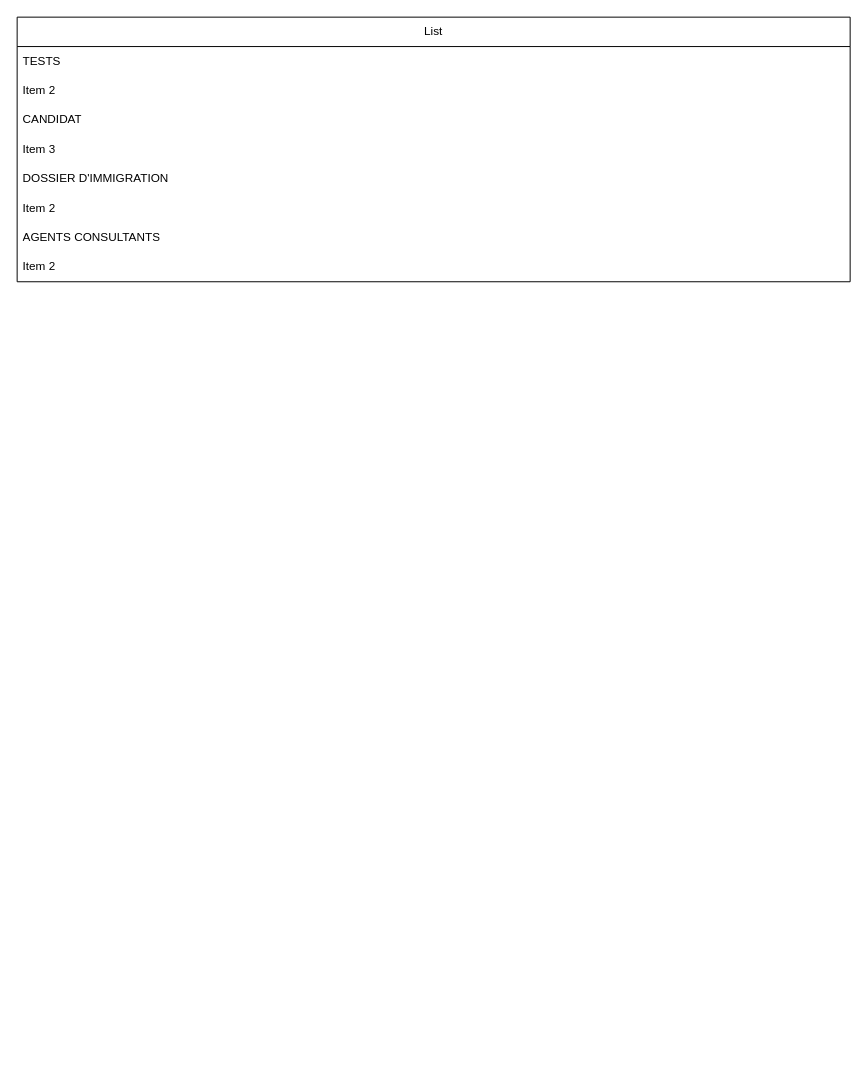
Before: page "Modèle relationnel" (2 of 2) of Mi-session/test26FevDATA1029XavierViel.drawio in ProfX1/2094329_DATA1029, a draw.io diagram. Source tidied: cells renumbered, new cells numbered last; positions are measured from the earlier drawing's top-left corner, leaving out a move shared by most shapes. Both pictures are drawn from the tidied source at 98%, with x=0, y=0 at pixel (17, 17).
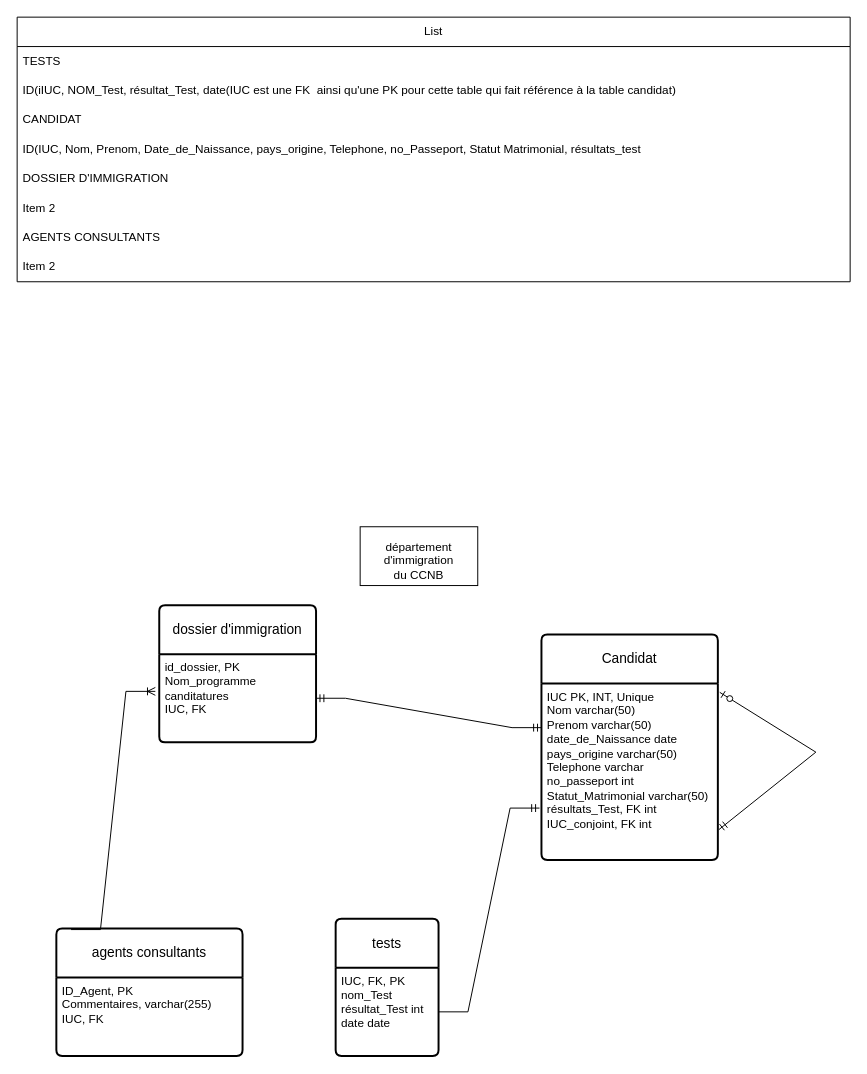
The same page after the edit.

The change refers to these unchanged cells:
```xml
<mxCell id="2" value="List" style="swimlane;fontStyle=0;horizontal=1;startSize=30;whiteSpace=wrap;html=1;" parent="1" vertex="1">
  <mxGeometry width="850" height="270" as="geometry" />
</mxCell>
```

Diff of the diagram source:
```diff
@@
-    <mxCell id="4" value="Item 2" style="text;strokeColor=none;fillColor=none;align=left;verticalAlign=middle;spacingLeft=4;spacingRight=4;overflow=hidden;whiteSpace=wrap;html=1;" parent="2" vertex="1">
+    <mxCell id="4" value="ID(iIUC, NOM_Test, résultat_Test, date(IUC est une FK&amp;nbsp; ainsi qu'une PK pour cette table qui fait référence à la table candidat)" style="text;strokeColor=none;fillColor=none;align=left;verticalAlign=middle;spacingLeft=4;spacingRight=4;overflow=hidden;whiteSpace=wrap;html=1;" parent="2" vertex="1">
       <mxGeometry y="60" width="850" height="30" as="geometry" />
     </mxCell>
@@
-    <mxCell id="6" value="Item 3" style="text;strokeColor=none;fillColor=none;align=left;verticalAlign=middle;spacingLeft=4;spacingRight=4;overflow=hidden;whiteSpace=wrap;html=1;" parent="2" vertex="1">
+    <mxCell id="6" value="ID(IUC, Nom, Prenom, Date_de_Naissance, pays_origine, Telephone, no_Passeport, Statut Matrimonial, résultats_test" style="text;strokeColor=none;fillColor=none;align=left;verticalAlign=middle;spacingLeft=4;spacingRight=4;overflow=hidden;whiteSpace=wrap;html=1;" parent="2" vertex="1">
       <mxGeometry y="120" width="850" height="30" as="geometry" />
     </mxCell>
@@
+    <mxCell id="11" style="rounded=0;whiteSpace=wrap;html=1;" parent="1" vertex="1">
+      <mxGeometry x="350" y="520" width="120" height="60" as="geometry" />
+    </mxCell>
+    <mxCell id="12" value="département d'immigration du CCNB" style="text;html=1;align=center;verticalAlign=middle;whiteSpace=wrap;rounded=0;" parent="1" vertex="1">
+      <mxGeometry x="380" y="540" width="60" height="30" as="geometry" />
+    </mxCell>
+    <mxCell id="13" value="Candidat" style="swimlane;horizontal=1;startSize=50;rounded=1;fontSize=14;fontStyle=0;strokeWidth=2;shadow=0;dashed=0;align=center;arcSize=4;whiteSpace=wrap;html=1;" parent="1" vertex="1">
+      <mxGeometry x="535" y="630" width="180" height="230" as="geometry" />
+    </mxCell>
+    <mxCell id="14" value="IUC PK, INT, Unique&lt;br&gt;Nom varchar(50)&lt;br&gt;Prenom varchar(50)&lt;br&gt;date_de_Naissance date&lt;br&gt;pays_origine varchar(50)&lt;br&gt;Telephone varchar&lt;br&gt;no_passeport int&lt;br&gt;Statut_Matrimonial varchar(50)&lt;br&gt;résultats_Test, FK int&lt;br&gt;IUC_conjoint, FK int" style="align=left;strokeColor=none;fillColor=none;spacingLeft=4;fontSize=12;verticalAlign=top;html=1;" parent="13" vertex="1">
+      <mxGeometry y="50" width="180" height="180" as="geometry" />
+    </mxCell>
+    <mxCell id="15" style="edgeStyle=entityRelationEdgeStyle;fontSize=12;html=1;endArrow=ERzeroToOne;startArrow=ERmandOne;rounded=0;exitX=1.006;exitY=0.828;exitDx=0;exitDy=0;exitPerimeter=0;entryX=1.011;entryY=0.05;entryDx=0;entryDy=0;entryPerimeter=0;" parent="13" edge="1" source="14" target="14">
+      <mxGeometry relative="1" as="geometry">
+        <Array as="points">
+          <mxPoint x="280" y="120" />
+        </Array>
+      </mxGeometry>
+    </mxCell>
+    <mxCell id="16" value="dossier d'immigration" style="swimlane;horizontal=1;startSize=50;rounded=1;fontSize=14;fontStyle=0;strokeWidth=2;shadow=0;dashed=0;align=center;arcSize=4;whiteSpace=wrap;html=1;" parent="1" vertex="1">
+      <mxGeometry x="145" y="600" width="160" height="140" as="geometry" />
+    </mxCell>
+    <mxCell id="17" value="id_dossier, PK&lt;br&gt;Nom_programme&lt;br&gt;canditatures&lt;br&gt;IUC, FK&lt;br&gt;&lt;div&gt;&lt;br/&gt;&lt;/div&gt;" style="align=left;strokeColor=none;fillColor=none;spacingLeft=4;fontSize=12;verticalAlign=top;html=1;" parent="16" vertex="1">
+      <mxGeometry y="50" width="160" height="90" as="geometry" />
+    </mxCell>
+    <mxCell id="18" value="tests" style="swimlane;horizontal=1;startSize=50;rounded=1;fontSize=14;fontStyle=0;strokeWidth=2;shadow=0;dashed=0;align=center;arcSize=4;whiteSpace=wrap;html=1;" parent="1" vertex="1">
+      <mxGeometry x="325" y="920" width="105" height="140" as="geometry" />
+    </mxCell>
+    <mxCell id="19" value="IUC, FK, PK&lt;br&gt;nom_Test&lt;br&gt;résultat_Test int&lt;br&gt;date date&lt;div&gt;&lt;br/&gt;&lt;/div&gt;" style="align=left;strokeColor=none;fillColor=none;spacingLeft=4;fontSize=12;verticalAlign=top;html=1;" parent="18" vertex="1">
+      <mxGeometry y="50" width="105" height="90" as="geometry" />
+    </mxCell>
+    <mxCell id="20" value="agents consultants" style="swimlane;horizontal=1;startSize=50;rounded=1;fontSize=14;fontStyle=0;strokeWidth=2;shadow=0;dashed=0;align=center;arcSize=4;whiteSpace=wrap;html=1;" parent="1" vertex="1">
+      <mxGeometry x="40" y="930" width="190" height="130" as="geometry" />
+    </mxCell>
+    <mxCell id="21" value="ID_Agent, PK&lt;br&gt;Commentaires, varchar(255)&lt;br&gt;IUC, FK" style="align=left;strokeColor=none;fillColor=none;spacingLeft=4;fontSize=12;verticalAlign=top;html=1;" parent="20" vertex="1">
+      <mxGeometry y="50" width="190" height="80" as="geometry" />
+    </mxCell>
+    <mxCell id="22" style="edgeStyle=entityRelationEdgeStyle;fontSize=12;html=1;endArrow=ERoneToMany;rounded=0;entryX=-0.025;entryY=0.422;entryDx=0;entryDy=0;entryPerimeter=0;exitX=0.079;exitY=0.008;exitDx=0;exitDy=0;exitPerimeter=0;" parent="1" edge="1" source="20" target="17">
+      <mxGeometry relative="1" as="geometry">
+        <Array as="points">
+          <mxPoint x="45" y="930" />
+          <mxPoint x="51" y="840" />
+          <mxPoint x="55" y="820" />
+          <mxPoint x="45" y="780" />
+          <mxPoint x="45" y="830" />
+          <mxPoint x="45" y="840" />
+          <mxPoint x="55" y="840" />
+        </Array>
+      </mxGeometry>
+    </mxCell>
+    <mxCell id="23" style="edgeStyle=entityRelationEdgeStyle;fontSize=12;html=1;endArrow=ERmandOne;startArrow=ERmandOne;rounded=0;exitX=1;exitY=0.5;exitDx=0;exitDy=0;entryX=0;entryY=0.25;entryDx=0;entryDy=0;" parent="1" edge="1" source="17" target="14">
+      <mxGeometry relative="1" as="geometry" />
+    </mxCell>
+    <mxCell id="24" style="edgeStyle=entityRelationEdgeStyle;fontSize=12;html=1;endArrow=ERmandOne;rounded=0;exitX=1;exitY=0.5;exitDx=0;exitDy=0;entryX=-0.011;entryY=0.706;entryDx=0;entryDy=0;entryPerimeter=0;" parent="1" edge="1" source="19" target="14">
+      <mxGeometry relative="1" as="geometry" />
+    </mxCell>
```
